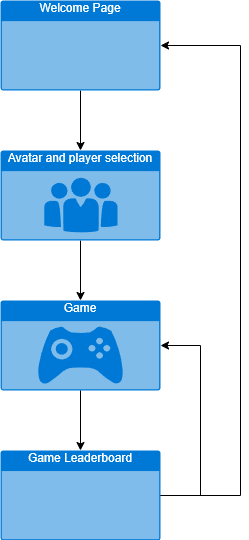
FlorentEpiney/SunCity keeps this draw.io diagram as src/welcomePage/ressources/images/flowDiag.png. Above is the earlier version. Source tidied: cells renumbered, new cells last; positions are measured from the earlier drawing's top-left corner, leaving out a move shared by most shapes. Source of this version:
```xml
<mxGraphModel>
  <root>
    <mxCell id="0" />
    <mxCell id="1" parent="0" />
    <mxCell id="2" style="edgeStyle=orthogonalEdgeStyle;rounded=0;jettySize=auto;html=1;exitX=0.5;exitY=1;exitDx=0;exitDy=0;exitPerimeter=0;" parent="1" edge="1" source="3" target="7">
      <mxGeometry relative="1" as="geometry" />
    </mxCell>
    <mxCell id="3" value="Welcome Page" style="html=1;whiteSpace=wrap;strokeColor=none;fillColor=#0079D6;labelPosition=center;verticalLabelPosition=middle;verticalAlign=top;align=center;fontSize=12;outlineConnect=0;spacingTop=-6;fontColor=#FFFFFF;sketch=0;shape=mxgraph.sitemap.page;" parent="1" vertex="1">
      <mxGeometry width="160" height="90" as="geometry" />
    </mxCell>
    <mxCell id="4" value="Game" style="html=1;whiteSpace=wrap;strokeColor=none;fillColor=#0079D6;labelPosition=center;verticalLabelPosition=middle;verticalAlign=top;align=center;fontSize=12;outlineConnect=0;spacingTop=-6;fontColor=#FFFFFF;sketch=0;shape=mxgraph.sitemap.game;" parent="1" vertex="1">
      <mxGeometry y="300" width="160" height="90" as="geometry" />
    </mxCell>
    <mxCell id="5" value="Game Leaderboard" style="html=1;whiteSpace=wrap;strokeColor=none;fillColor=#0079D6;labelPosition=center;verticalLabelPosition=middle;verticalAlign=top;align=center;fontSize=12;outlineConnect=0;spacingTop=-6;fontColor=#FFFFFF;sketch=0;shape=mxgraph.sitemap.page;" parent="1" vertex="1">
      <mxGeometry y="450" width="160" height="90" as="geometry" />
    </mxCell>
    <mxCell id="6" style="edgeStyle=orthogonalEdgeStyle;rounded=0;jettySize=auto;html=1;" parent="1" edge="1" source="7" target="4">
      <mxGeometry relative="1" as="geometry" />
    </mxCell>
    <mxCell id="7" value="Avatar and player selection" style="html=1;whiteSpace=wrap;strokeColor=none;fillColor=#0079D6;labelPosition=center;verticalLabelPosition=middle;verticalAlign=top;align=center;fontSize=12;outlineConnect=0;spacingTop=-6;fontColor=#FFFFFF;sketch=0;shape=mxgraph.sitemap.about_us;" parent="1" vertex="1">
      <mxGeometry y="150" width="160" height="90" as="geometry" />
    </mxCell>
    <mxCell id="8" style="edgeStyle=orthogonalEdgeStyle;rounded=0;jettySize=auto;html=1;entryX=0.5;entryY=0;entryDx=0;entryDy=0;entryPerimeter=0;" parent="1" edge="1" source="4" target="5">
      <mxGeometry relative="1" as="geometry" />
    </mxCell>
    <mxCell id="9" style="edgeStyle=orthogonalEdgeStyle;rounded=0;jettySize=auto;html=1;exitX=1;exitY=0.5;exitDx=0;exitDy=0;exitPerimeter=0;entryX=1;entryY=0.5;entryDx=0;entryDy=0;entryPerimeter=0;" parent="1" edge="1" source="5" target="4">
      <mxGeometry relative="1" as="geometry">
        <Array as="points">
          <mxPoint x="200" y="495" />
          <mxPoint x="200" y="345" />
        </Array>
      </mxGeometry>
    </mxCell>
    <mxCell id="10" style="edgeStyle=orthogonalEdgeStyle;rounded=0;jettySize=auto;html=1;entryX=1;entryY=0.5;entryDx=0;entryDy=0;entryPerimeter=0;" parent="1" edge="1" source="5" target="3">
      <mxGeometry relative="1" as="geometry">
        <Array as="points">
          <mxPoint x="240" y="495" />
          <mxPoint x="240" y="45" />
        </Array>
      </mxGeometry>
    </mxCell>
  </root>
</mxGraphModel>
```
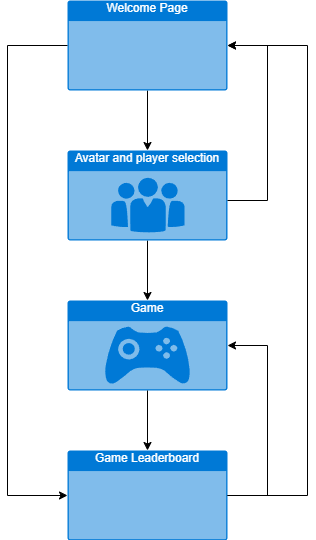
The same diagram one commit later.

What changed in the source:
```diff
@@ -39,5 +39,21 @@
         </Array>
       </mxGeometry>
     </mxCell>
+    <mxCell id="11" style="edgeStyle=orthogonalEdgeStyle;rounded=0;jettySize=auto;html=1;exitX=0;exitY=0.5;exitDx=0;exitDy=0;exitPerimeter=0;entryX=0;entryY=0.5;entryDx=0;entryDy=0;entryPerimeter=0;" parent="1" edge="1" source="3" target="5">
+      <mxGeometry relative="1" as="geometry">
+        <Array as="points">
+          <mxPoint x="-60" y="45" />
+          <mxPoint x="-60" y="495" />
+        </Array>
+      </mxGeometry>
+    </mxCell>
+    <mxCell id="12" style="edgeStyle=orthogonalEdgeStyle;rounded=0;jettySize=auto;html=1;entryX=1;entryY=0.5;entryDx=0;entryDy=0;entryPerimeter=0;" parent="1" edge="1" source="7" target="3">
+      <mxGeometry relative="1" as="geometry">
+        <Array as="points">
+          <mxPoint x="200" y="200" />
+          <mxPoint x="200" y="45" />
+        </Array>
+      </mxGeometry>
+    </mxCell>
   </root>
 </mxGraphModel>
```
